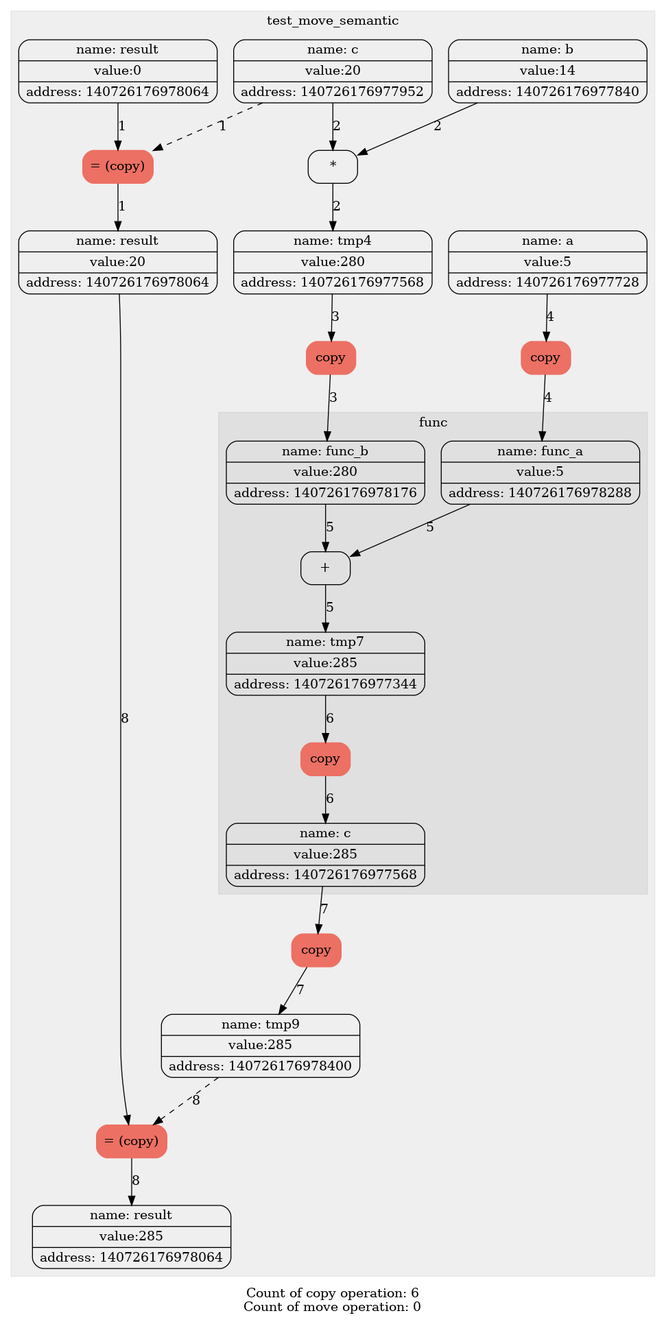
levasemin/Move_Semantic keeps this Graphviz diagram as diagrams/graph_flag.png. Above is the earlier version. Its source is kept beside it as diagrams/graph_flag.dot.
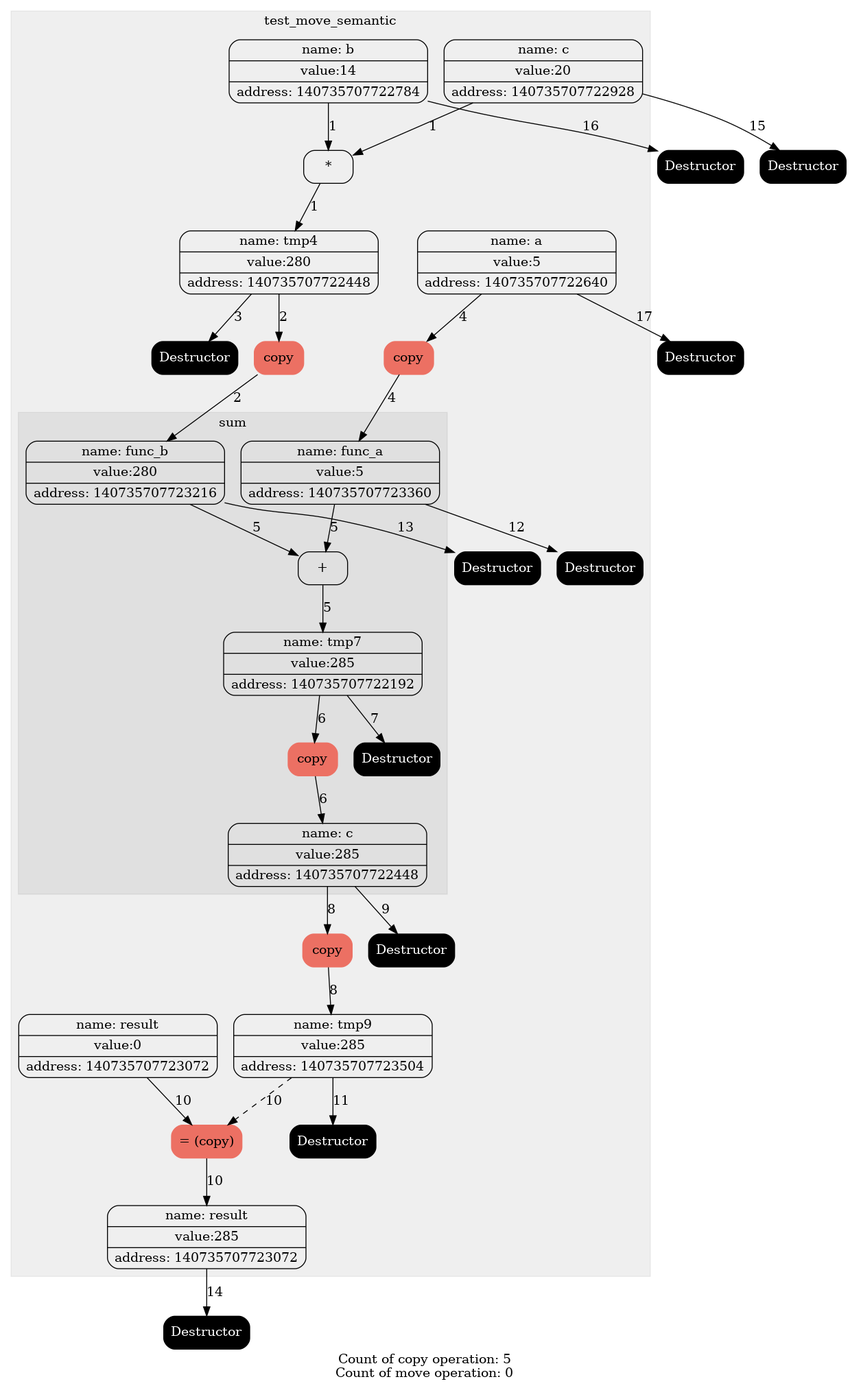
The same file after the commit.

What changed in the source:
```diff
@@ -6,58 +6,73 @@
 label = test_move_semantic;
 style= filled
 color = "#00000010";
-1[label="{ {name: tmp0} | {value:5} | {address: 140726176977728}} " color=""style=""];
-1[label="{ {name: a} | {value:5} | {address: 140726176977728}} " color=""style=""];
-2[label="{ {name: tmp1} | {value:14} | {address: 140726176977840}} " color=""style=""];
-2[label="{ {name: b} | {value:14} | {address: 140726176977840}} " color=""style=""];
-3[label="{ {name: tmp2} | {value:20} | {address: 140726176977952}} " color=""style=""];
-3[label="{ {name: c} | {value:20} | {address: 140726176977952}} " color=""style=""];
-4[label="{ {name: tmp3} | {value:0} | {address: 140726176978064}} " color=""style=""];
-4[label="{ {name: result} | {value:0} | {address: 140726176978064}} " color=""style=""];
-5[label="= (copy)" color = "#EC7063" style = "filled"];
-edge[style = "" color = ""label = "1"]4->5;
-edge[style = "dashed" color = ""label = "1"]3->5;
-6[label="{ {name: result} | {value:20} | {address: 140726176978064}} " color=""style=""];
-edge[style = "" color = ""label = "1"]5->6;
-7[label="*" color = "" style = ""];
-edge[style = "" color = ""label = "2"]2->7;
-edge[style = "" color = ""label = "2"]3->7;
-8[label="{ {name: tmp4} | {value:280} | {address: 140726176977568}} " color=""style=""];
-edge[style = "" color = ""label = "2"]7->8;
-9[label="copy" color = "#EC7063" style = "filled"];
-edge[style = "" color = ""label = "3"]8->9;
-10[label="{ {name: tmp5} | {value:280} | {address: 140726176978176}} " color=""style=""];
-edge[style = "" color = ""label = "3"]9->10;
-11[label="copy" color = "#EC7063" style = "filled"];
-edge[style = "" color = ""label = "4"]1->11;
-12[label="{ {name: tmp6} | {value:5} | {address: 140726176978288}} " color=""style=""];
-edge[style = "" color = ""label = "4"]11->12;
-12[label="{ {name: func_a} | {value:5} | {address: 140726176978288}} " color=""style=""];
-10[label="{ {name: func_b} | {value:280} | {address: 140726176978176}} " color=""style=""];
+1[label="{ {name: tmp0} | {value:5} | {address: 140735707722640}} " color=""style=""fontcolor=""];
+1[label="{ {name: a} | {value:5} | {address: 140735707722640}} " color=""style=""fontcolor=""];
+2[label="{ {name: tmp1} | {value:14} | {address: 140735707722784}} " color=""style=""fontcolor=""];
+2[label="{ {name: b} | {value:14} | {address: 140735707722784}} " color=""style=""fontcolor=""];
+3[label="{ {name: tmp2} | {value:20} | {address: 140735707722928}} " color=""style=""fontcolor=""];
+3[label="{ {name: c} | {value:20} | {address: 140735707722928}} " color=""style=""fontcolor=""];
+4[label="{ {name: tmp3} | {value:0} | {address: 140735707723072}} " color=""style=""fontcolor=""];
+4[label="{ {name: result} | {value:0} | {address: 140735707723072}} " color=""style=""fontcolor=""];
+5[label="*" color = "" style = ""fontcolor =""];
+edge[style = "" color = ""label = "1"fontcolor =""]2->5;
+edge[style = "" color = ""label = "1"fontcolor =""]3->5;
+6[label="{ {name: tmp4} | {value:280} | {address: 140735707722448}} " color=""style=""fontcolor=""];
+edge[style = "" color = ""label = "1"fontcolor =""]5->6;
+7[label="copy" color = "#EC7063" style = "filled"fontcolor =""];
+edge[style = "" color = ""label = "2"fontcolor =""]6->7;
+8[label="{ {name: tmp5} | {value:280} | {address: 140735707723216}} " color=""style=""fontcolor=""];
+edge[style = "" color = ""label = "2"fontcolor =""]7->8;
+9[label="Destructor" color = "black" style = "filled"fontcolor ="white"];
+edge[style = "" color = ""label = "3"fontcolor =""]6->9;
+10[label="copy" color = "#EC7063" style = "filled"fontcolor =""];
+edge[style = "" color = ""label = "4"fontcolor =""]1->10;
+11[label="{ {name: tmp6} | {value:5} | {address: 140735707723360}} " color=""style=""fontcolor=""];
+edge[style = "" color = ""label = "4"fontcolor =""]10->11;
 subgraph "cluster_1" {
-label = func;
+label = sum;
 style= filled
 color = "#00000010";
-13[label="+" color = "" style = ""];
-edge[style = "" color = ""label = "5"]12->13;
-edge[style = "" color = ""label = "5"]10->13;
-14[label="{ {name: tmp7} | {value:285} | {address: 140726176977344}} " color=""style=""];
-edge[style = "" color = ""label = "5"]13->14;
-15[label="copy" color = "#EC7063" style = "filled"];
-edge[style = "" color = ""label = "6"]14->15;
-16[label="{ {name: tmp8} | {value:285} | {address: 140726176977568}} " color=""style=""];
-edge[style = "" color = ""label = "6"]15->16;
-16[label="{ {name: c} | {value:285} | {address: 140726176977568}} " color=""style=""];
+11[label="{ {name: func_a} | {value:5} | {address: 140735707723360}} " color=""style=""fontcolor=""];
+8[label="{ {name: func_b} | {value:280} | {address: 140735707723216}} " color=""style=""fontcolor=""];
+12[label="+" color = "" style = ""fontcolor =""];
+edge[style = "" color = ""label = "5"fontcolor =""]11->12;
+edge[style = "" color = ""label = "5"fontcolor =""]8->12;
+13[label="{ {name: tmp7} | {value:285} | {address: 140735707722192}} " color=""style=""fontcolor=""];
+edge[style = "" color = ""label = "5"fontcolor =""]12->13;
+14[label="copy" color = "#EC7063" style = "filled"fontcolor =""];
+edge[style = "" color = ""label = "6"fontcolor =""]13->14;
+15[label="{ {name: tmp8} | {value:285} | {address: 140735707722448}} " color=""style=""fontcolor=""];
+edge[style = "" color = ""label = "6"fontcolor =""]14->15;
+16[label="Destructor" color = "black" style = "filled"fontcolor ="white"];
+edge[style = "" color = ""label = "7"fontcolor =""]13->16;
+15[label="{ {name: c} | {value:285} | {address: 140735707722448}} " color=""style=""fontcolor=""];
 }
-17[label="copy" color = "#EC7063" style = "filled"];
-edge[style = "" color = ""label = "7"]16->17;
-18[label="{ {name: tmp9} | {value:285} | {address: 140726176978400}} " color=""style=""];
-edge[style = "" color = ""label = "7"]17->18;
-19[label="= (copy)" color = "#EC7063" style = "filled"];
-edge[style = "" color = ""label = "8"]6->19;
-edge[style = "dashed" color = ""label = "8"]18->19;
-20[label="{ {name: result} | {value:285} | {address: 140726176978064}} " color=""style=""];
-edge[style = "" color = ""label = "8"]19->20;
+17[label="copy" color = "#EC7063" style = "filled"fontcolor =""];
+edge[style = "" color = ""label = "8"fontcolor =""]15->17;
+18[label="{ {name: tmp9} | {value:285} | {address: 140735707723504}} " color=""style=""fontcolor=""];
+edge[style = "" color = ""label = "8"fontcolor =""]17->18;
+19[label="Destructor" color = "black" style = "filled"fontcolor ="white"];
+edge[style = "" color = ""label = "9"fontcolor =""]15->19;
+20[label="= (copy)" color = "#EC7063" style = "filled"fontcolor =""];
+edge[style = "" color = ""label = "10"fontcolor =""]4->20;
+edge[style = "dashed" color = ""label = "10"fontcolor =""]18->20;
+21[label="{ {name: result} | {value:285} | {address: 140735707723072}} " color=""style=""fontcolor=""];
+edge[style = "" color = ""label = "10"fontcolor =""]20->21;
+22[label="Destructor" color = "black" style = "filled"fontcolor ="white"];
+edge[style = "" color = ""label = "11"fontcolor =""]18->22;
+23[label="Destructor" color = "black" style = "filled"fontcolor ="white"];
+edge[style = "" color = ""label = "12"fontcolor =""]11->23;
+24[label="Destructor" color = "black" style = "filled"fontcolor ="white"];
+edge[style = "" color = ""label = "13"fontcolor =""]8->24;
 }
-label="Count of copy operation: 6
+25[label="Destructor" color = "black" style = "filled"fontcolor ="white"];
+edge[style = "" color = ""label = "14"fontcolor =""]21->25;
+26[label="Destructor" color = "black" style = "filled"fontcolor ="white"];
+edge[style = "" color = ""label = "15"fontcolor =""]3->26;
+27[label="Destructor" color = "black" style = "filled"fontcolor ="white"];
+edge[style = "" color = ""label = "16"fontcolor =""]2->27;
+28[label="Destructor" color = "black" style = "filled"fontcolor ="white"];
+edge[style = "" color = ""label = "17"fontcolor =""]1->28;
+label="Count of copy operation: 5
 Count of move operation: 0"}
```
